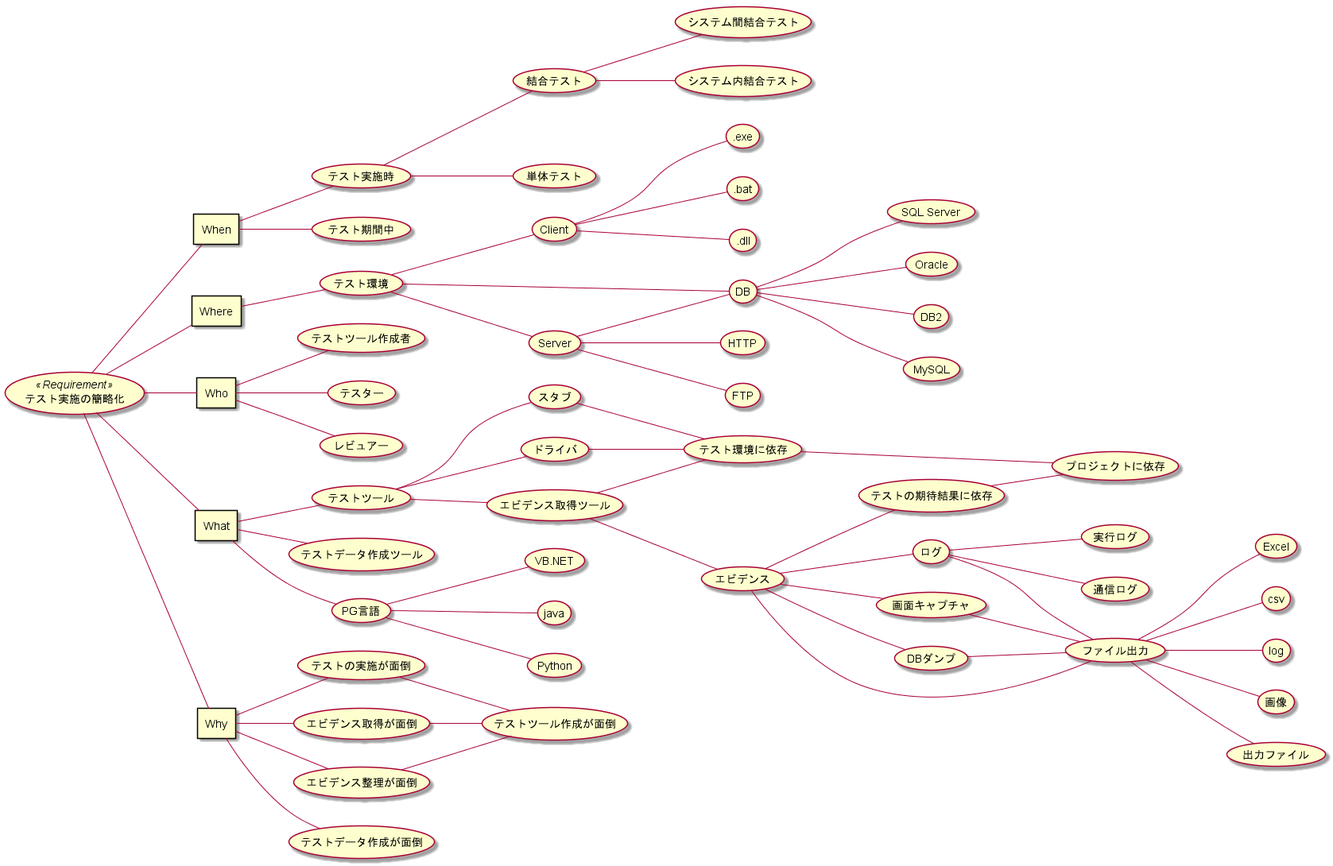
Earlier version of the PlantUML export doc/01_要件定義/img/マインドマップ.png (hirorich/CommonTool).
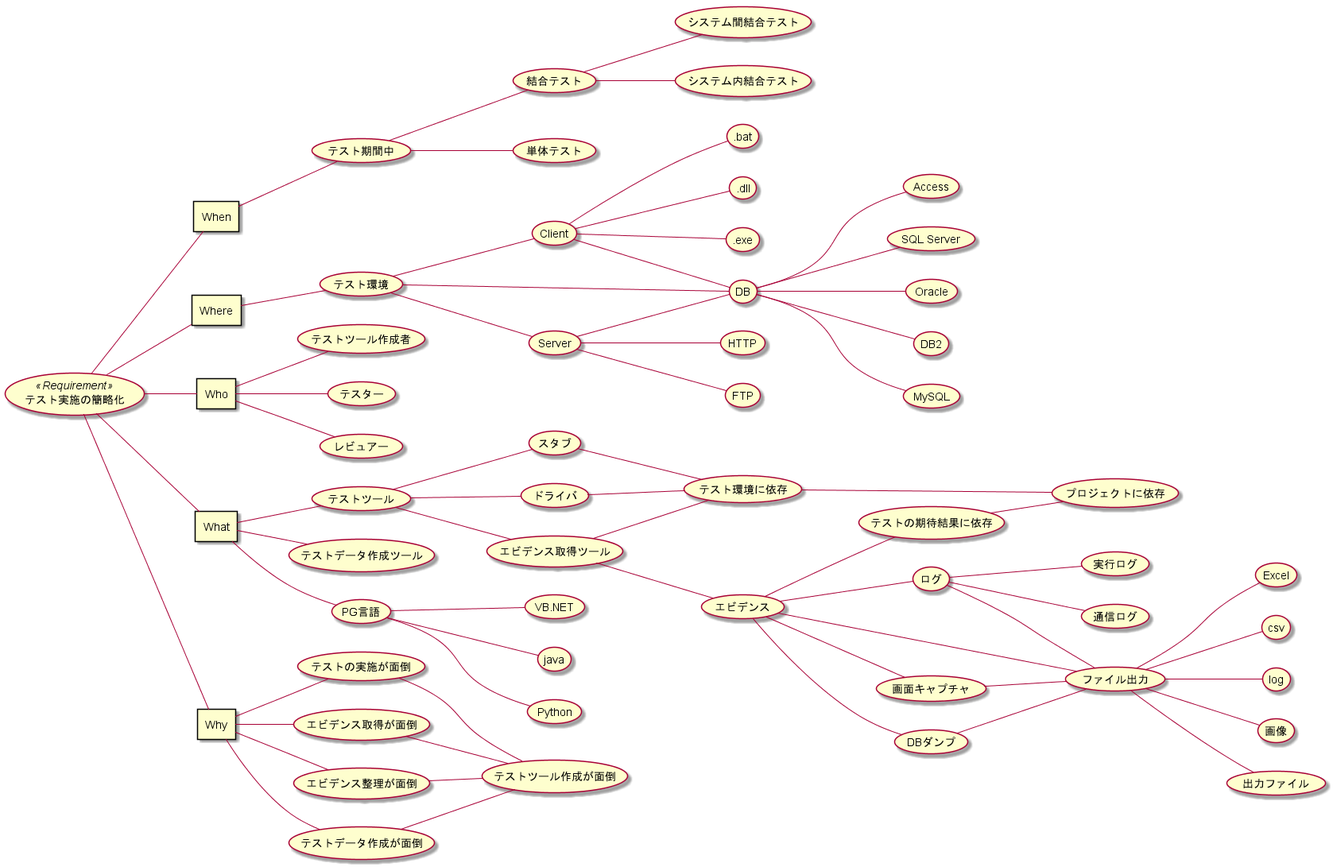
The same diagram one commit later.

Change to the diagram source:
```diff
@@ -30,15 +30,15 @@
 (reason1) -- (reason4)
 (reason2) -- (reason4)
 (reason3) -- (reason4)
+(reason5) -- (reason4)
 
-usecase (テスト実施時) as (time1)
+usecase (テスト期間中) as (time1)
 usecase (結合テスト) as (time2)
 When -- (time1)
 (time1) -- (単体テスト)
 (time1) -- (time2)
 (time2) -- (システム間結合テスト)
 (time2) -- (システム内結合テスト)
-When -- (テスト期間中)
 
 usecase (テスト環境) as (env1)
 Where -- (env1)
@@ -48,6 +48,7 @@
 (Client) -- (.exe)
 (Client) -- (.bat)
 (Client) -- (.dll)
+(Client) -- (DB)
 (Server) -- (HTTP)
 (Server) -- (FTP)
 (Server) -- (DB)
@@ -55,6 +56,7 @@
 (DB) -- (Oracle)
 (DB) -- (DB2)
 (DB) -- (MySQL)
+(DB) -- (Access)
 
 Who -- (テストツール作成者)
 Who -- (テスター)
```
